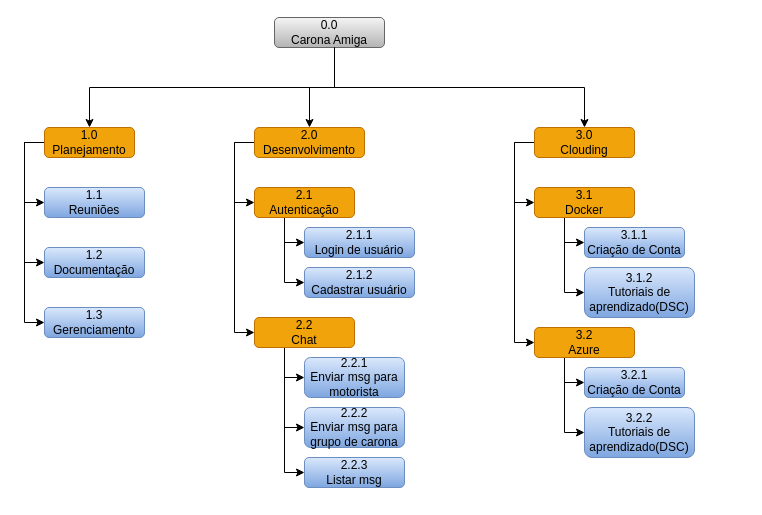
Earlier version of the draw.io diagram docs/Gerencia/EAP_1.0.drawio (Carona-Amiga/caronaamiga). Source tidied: cells renumbered, new cells numbered last; positions are measured from the earlier drawing's top-left corner, leaving out a move shared by most shapes. Both pictures are drawn from the tidied source at 100%, with x=0, y=0 at pixel (24, 17).
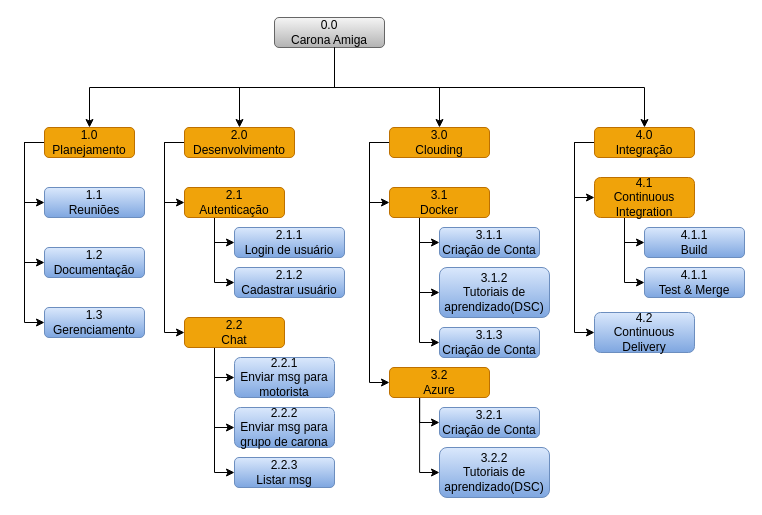
After the change.

The change refers to these unchanged cells:
```xml
<mxCell id="3" value="0.0 &lt;br&gt;Carona Amiga" style="rounded=1;whiteSpace=wrap;html=1;fillColor=#f5f5f5;gradientColor=#b3b3b3;strokeColor=#666666;" parent="1" vertex="1">
  <mxGeometry x="250" width="110" height="30" as="geometry" />
</mxCell>
```

Change to the diagram source:
```diff
@@
     <mxCell id="2" style="edgeStyle=orthogonalEdgeStyle;rounded=0;jettySize=auto;html=1;entryX=0.5;entryY=0;entryDx=0;entryDy=0;" parent="1" edge="1" source="3" target="15">
       <mxGeometry relative="1" as="geometry">
         <Array as="points">
           <mxPoint x="310" y="70" />
-          <mxPoint x="560" y="70" />
+          <mxPoint x="415" y="70" />
         </Array>
       </mxGeometry>
     </mxCell>
+    <mxCell id="41" style="edgeStyle=orthogonalEdgeStyle;rounded=0;jettySize=auto;html=1;" parent="1" edge="1" source="3" target="46">
+      <mxGeometry relative="1" as="geometry">
+        <Array as="points">
+          <mxPoint x="310" y="70" />
+          <mxPoint x="620" y="70" />
+        </Array>
+      </mxGeometry>
+    </mxCell>
@@
     <mxCell id="5" style="edgeStyle=orthogonalEdgeStyle;rounded=0;jettySize=auto;html=1;entryX=0.5;entryY=0;entryDx=0;entryDy=0;" parent="1" edge="1" target="12">
       <mxGeometry relative="1" as="geometry">
         <mxPoint x="310" y="30" as="sourcePoint" />
         <Array as="points">
           <mxPoint x="310" y="70" />
-          <mxPoint x="285" y="70" />
+          <mxPoint x="215" y="70" />
         </Array>
       </mxGeometry>
     </mxCell>
@@
     <mxCell id="10" style="edgeStyle=orthogonalEdgeStyle;rounded=0;jettySize=auto;html=1;entryX=0;entryY=0.5;entryDx=0;entryDy=0;" parent="1" edge="1" source="12" target="21">
       <mxGeometry relative="1" as="geometry">
         <Array as="points">
-          <mxPoint x="210" y="125" />
-          <mxPoint x="210" y="185" />
+          <mxPoint x="140" y="125" />
+          <mxPoint x="140" y="185" />
         </Array>
       </mxGeometry>
     </mxCell>
     <mxCell id="11" style="edgeStyle=orthogonalEdgeStyle;rounded=0;jettySize=auto;html=1;entryX=0;entryY=0.5;entryDx=0;entryDy=0;" parent="1" edge="1" source="12" target="25">
       <mxGeometry relative="1" as="geometry">
         <Array as="points">
-          <mxPoint x="210" y="125" />
-          <mxPoint x="210" y="315" />
+          <mxPoint x="140" y="125" />
+          <mxPoint x="140" y="315" />
         </Array>
       </mxGeometry>
     </mxCell>
     <mxCell id="12" value="2.0 Desenvolvimento" style="rounded=1;whiteSpace=wrap;html=1;fillColor=#f0a30a;fontColor=#000000;strokeColor=#BD7000;" parent="1" vertex="1">
-      <mxGeometry x="230" y="110" width="110" height="30" as="geometry" />
+      <mxGeometry x="160" y="110" width="110" height="30" as="geometry" />
     </mxCell>
     <mxCell id="13" style="edgeStyle=orthogonalEdgeStyle;rounded=0;jettySize=auto;html=1;entryX=0;entryY=0.5;entryDx=0;entryDy=0;" parent="1" edge="1" source="15" target="28">
       <mxGeometry relative="1" as="geometry">
         <Array as="points">
-          <mxPoint x="490" y="125" />
-          <mxPoint x="490" y="185" />
+          <mxPoint x="345" y="125" />
+          <mxPoint x="345" y="185" />
         </Array>
       </mxGeometry>
     </mxCell>
     <mxCell id="14" style="edgeStyle=orthogonalEdgeStyle;rounded=0;jettySize=auto;html=1;entryX=0;entryY=0.5;entryDx=0;entryDy=0;" parent="1" edge="1" source="15" target="31">
       <mxGeometry relative="1" as="geometry">
         <Array as="points">
-          <mxPoint x="490" y="125" />
-          <mxPoint x="490" y="325" />
+          <mxPoint x="345" y="125" />
+          <mxPoint x="345" y="365" />
         </Array>
       </mxGeometry>
     </mxCell>
     <mxCell id="15" value="3.0&lt;br&gt;Clouding" style="rounded=1;whiteSpace=wrap;html=1;fillColor=#f0a30a;fontColor=#000000;strokeColor=#BD7000;" parent="1" vertex="1">
-      <mxGeometry x="510" y="110" width="100" height="30" as="geometry" />
+      <mxGeometry x="365" y="110" width="100" height="30" as="geometry" />
     </mxCell>
@@
     <mxCell id="19" style="edgeStyle=orthogonalEdgeStyle;rounded=0;jettySize=auto;html=1;entryX=0;entryY=0.5;entryDx=0;entryDy=0;" parent="1" edge="1" source="21" target="32">
       <mxGeometry relative="1" as="geometry">
         <Array as="points">
-          <mxPoint x="260" y="225" />
+          <mxPoint x="190" y="225" />
         </Array>
       </mxGeometry>
     </mxCell>
     <mxCell id="20" style="edgeStyle=orthogonalEdgeStyle;rounded=0;jettySize=auto;html=1;entryX=0;entryY=0.5;entryDx=0;entryDy=0;" parent="1" edge="1" source="21" target="33">
       <mxGeometry relative="1" as="geometry">
         <Array as="points">
-          <mxPoint x="260" y="265" />
+          <mxPoint x="190" y="265" />
         </Array>
       </mxGeometry>
     </mxCell>
     <mxCell id="21" value="2.1 &lt;br&gt;Autenticação" style="rounded=1;whiteSpace=wrap;html=1;fillColor=#f0a30a;strokeColor=#BD7000;fontColor=#000000;" parent="1" vertex="1">
-      <mxGeometry x="230" y="170" width="100" height="30" as="geometry" />
+      <mxGeometry x="160" y="170" width="100" height="30" as="geometry" />
     </mxCell>
     <mxCell id="22" style="edgeStyle=orthogonalEdgeStyle;rounded=0;jettySize=auto;html=1;entryX=0;entryY=0.5;entryDx=0;entryDy=0;" parent="1" edge="1" source="25" target="35">
       <mxGeometry relative="1" as="geometry">
         <Array as="points">
-          <mxPoint x="260" y="360" />
+          <mxPoint x="190" y="360" />
         </Array>
       </mxGeometry>
     </mxCell>
     <mxCell id="23" style="edgeStyle=orthogonalEdgeStyle;rounded=0;jettySize=auto;html=1;entryX=0;entryY=0.5;entryDx=0;entryDy=0;" parent="1" edge="1" source="25" target="34">
       <mxGeometry relative="1" as="geometry">
         <Array as="points">
-          <mxPoint x="260" y="410" />
+          <mxPoint x="190" y="410" />
         </Array>
       </mxGeometry>
     </mxCell>
     <mxCell id="24" style="edgeStyle=orthogonalEdgeStyle;rounded=0;jettySize=auto;html=1;entryX=0;entryY=0.5;entryDx=0;entryDy=0;" parent="1" edge="1" source="25" target="36">
       <mxGeometry relative="1" as="geometry">
         <Array as="points">
-          <mxPoint x="260" y="455" />
+          <mxPoint x="190" y="455" />
         </Array>
       </mxGeometry>
     </mxCell>
     <mxCell id="25" value="2.2 &lt;br&gt;Chat" style="rounded=1;whiteSpace=wrap;html=1;fillColor=#f0a30a;strokeColor=#BD7000;fontColor=#000000;" parent="1" vertex="1">
-      <mxGeometry x="230" y="300" width="100" height="30" as="geometry" />
+      <mxGeometry x="160" y="300" width="100" height="30" as="geometry" />
     </mxCell>
     <mxCell id="26" style="edgeStyle=orthogonalEdgeStyle;rounded=0;jettySize=auto;html=1;entryX=0;entryY=0.5;entryDx=0;entryDy=0;" parent="1" edge="1" source="28" target="37">
       <mxGeometry relative="1" as="geometry">
         <Array as="points">
-          <mxPoint x="540" y="225" />
+          <mxPoint x="395" y="225" />
         </Array>
       </mxGeometry>
     </mxCell>
     <mxCell id="27" style="edgeStyle=orthogonalEdgeStyle;rounded=0;jettySize=auto;html=1;entryX=0;entryY=0.5;entryDx=0;entryDy=0;" parent="1" edge="1" source="28" target="38">
       <mxGeometry relative="1" as="geometry">
         <Array as="points">
-          <mxPoint x="540" y="275" />
+          <mxPoint x="395" y="275" />
         </Array>
       </mxGeometry>
     </mxCell>
+    <mxCell id="42" style="edgeStyle=orthogonalEdgeStyle;rounded=0;jettySize=auto;html=1;entryX=0;entryY=0.5;entryDx=0;entryDy=0;" parent="1" edge="1" source="28" target="43">
+      <mxGeometry relative="1" as="geometry">
+        <Array as="points">
+          <mxPoint x="395" y="325" />
+        </Array>
+      </mxGeometry>
+    </mxCell>
     <mxCell id="28" value="3.1 &lt;br&gt;Docker" style="rounded=1;whiteSpace=wrap;html=1;fillColor=#f0a30a;strokeColor=#BD7000;fontColor=#000000;" parent="1" vertex="1">
-      <mxGeometry x="510" y="170" width="100" height="30" as="geometry" />
+      <mxGeometry x="365" y="170" width="100" height="30" as="geometry" />
     </mxCell>
-    <mxCell id="29" style="edgeStyle=orthogonalEdgeStyle;rounded=0;jettySize=auto;html=1;entryX=0;entryY=0.5;entryDx=0;entryDy=0;" parent="1" edge="1" source="31" target="39">
+    <mxCell id="29" style="edgeStyle=orthogonalEdgeStyle;rounded=0;jettySize=auto;html=1;entryX=0;entryY=0.5;entryDx=0;entryDy=0;" parent="1" edge="1" target="39">
       <mxGeometry relative="1" as="geometry">
+        <mxPoint x="395.1" y="380" as="sourcePoint" />
         <Array as="points">
-          <mxPoint x="540" y="365" />
+          <mxPoint x="395" y="405" />
         </Array>
       </mxGeometry>
     </mxCell>
-    <mxCell id="30" style="edgeStyle=orthogonalEdgeStyle;rounded=0;jettySize=auto;html=1;entryX=0;entryY=0.5;entryDx=0;entryDy=0;" parent="1" edge="1" source="31" target="40">
+    <mxCell id="30" style="edgeStyle=orthogonalEdgeStyle;rounded=0;orthogonalLoop=1;jettySize=auto;html=1;entryX=0;entryY=0.5;entryDx=0;entryDy=0;" parent="1" edge="1">
       <mxGeometry relative="1" as="geometry">
+        <mxPoint x="395.1" y="380" as="sourcePoint" />
+        <mxPoint x="415" y="455" as="targetPoint" />
         <Array as="points">
-          <mxPoint x="540" y="415" />
+          <mxPoint x="395" y="455" />
         </Array>
       </mxGeometry>
     </mxCell>
     <mxCell id="31" value="3.2 &lt;br&gt;Azure" style="rounded=1;whiteSpace=wrap;html=1;fillColor=#f0a30a;strokeColor=#BD7000;fontColor=#000000;" parent="1" vertex="1">
-      <mxGeometry x="510" y="310" width="100" height="30" as="geometry" />
+      <mxGeometry x="365" y="350" width="100" height="30" as="geometry" />
     </mxCell>
     <mxCell id="32" value="2.1.1&lt;br&gt;Login de usuário" style="rounded=1;whiteSpace=wrap;html=1;fillColor=#dae8fc;gradientColor=#7ea6e0;strokeColor=#6c8ebf;" parent="1" vertex="1">
-      <mxGeometry x="280" y="210" width="110" height="30" as="geometry" />
+      <mxGeometry x="210" y="210" width="110" height="30" as="geometry" />
     </mxCell>
     <mxCell id="33" value="2.1.2&lt;br&gt;Cadastrar usuário" style="rounded=1;whiteSpace=wrap;html=1;fillColor=#dae8fc;gradientColor=#7ea6e0;strokeColor=#6c8ebf;" parent="1" vertex="1">
-      <mxGeometry x="280" y="250" width="110" height="30" as="geometry" />
+      <mxGeometry x="210" y="250" width="110" height="30" as="geometry" />
     </mxCell>
     <mxCell id="34" value="2.2.2&lt;br&gt;Enviar msg para grupo de carona" style="rounded=1;whiteSpace=wrap;html=1;fillColor=#dae8fc;gradientColor=#7ea6e0;strokeColor=#6c8ebf;" parent="1" vertex="1">
-      <mxGeometry x="280" y="390" width="100" height="40" as="geometry" />
+      <mxGeometry x="210" y="390" width="100" height="40" as="geometry" />
     </mxCell>
     <mxCell id="35" value="2.2.1&lt;br&gt;Enviar msg para motorista" style="rounded=1;whiteSpace=wrap;html=1;fillColor=#dae8fc;gradientColor=#7ea6e0;strokeColor=#6c8ebf;" parent="1" vertex="1">
-      <mxGeometry x="280" y="340" width="100" height="40" as="geometry" />
+      <mxGeometry x="210" y="340" width="100" height="40" as="geometry" />
     </mxCell>
     <mxCell id="36" value="2.2.3&lt;br&gt;Listar msg" style="rounded=1;whiteSpace=wrap;html=1;fillColor=#dae8fc;gradientColor=#7ea6e0;strokeColor=#6c8ebf;" parent="1" vertex="1">
-      <mxGeometry x="280" y="440" width="100" height="30" as="geometry" />
+      <mxGeometry x="210" y="440" width="100" height="30" as="geometry" />
     </mxCell>
     <mxCell id="37" value="3.1.1&lt;br&gt;Criação de Conta" style="rounded=1;whiteSpace=wrap;html=1;fillColor=#dae8fc;gradientColor=#7ea6e0;strokeColor=#6c8ebf;" parent="1" vertex="1">
-      <mxGeometry x="560" y="210" width="100" height="30" as="geometry" />
+      <mxGeometry x="415" y="210" width="100" height="30" as="geometry" />
     </mxCell>
     <mxCell id="38" value="3.1.2&lt;br&gt;Tutoriais de aprendizado(DSC)" style="rounded=1;whiteSpace=wrap;html=1;fillColor=#dae8fc;gradientColor=#7ea6e0;strokeColor=#6c8ebf;" parent="1" vertex="1">
-      <mxGeometry x="560" y="250" width="110" height="50" as="geometry" />
+      <mxGeometry x="415" y="250" width="110" height="50" as="geometry" />
     </mxCell>
     <mxCell id="39" value="3.2.1&lt;br&gt;Criação de Conta" style="rounded=1;whiteSpace=wrap;html=1;fillColor=#dae8fc;gradientColor=#7ea6e0;strokeColor=#6c8ebf;" parent="1" vertex="1">
-      <mxGeometry x="560" y="350" width="100" height="30" as="geometry" />
+      <mxGeometry x="415" y="390" width="100" height="30" as="geometry" />
     </mxCell>
     <mxCell id="40" value="3.2.2&lt;br&gt;Tutoriais de aprendizado(DSC)" style="rounded=1;whiteSpace=wrap;html=1;fillColor=#dae8fc;gradientColor=#7ea6e0;strokeColor=#6c8ebf;" parent="1" vertex="1">
-      <mxGeometry x="560" y="390" width="110" height="50" as="geometry" />
+      <mxGeometry x="415" y="430" width="110" height="50" as="geometry" />
     </mxCell>
+    <mxCell id="43" value="3.1.3&lt;br&gt;Criação de Conta" style="rounded=1;whiteSpace=wrap;html=1;fillColor=#dae8fc;gradientColor=#7ea6e0;strokeColor=#6c8ebf;" parent="1" vertex="1">
+      <mxGeometry x="415" y="310" width="100" height="30" as="geometry" />
+    </mxCell>
+    <mxCell id="44" style="edgeStyle=orthogonalEdgeStyle;rounded=0;jettySize=auto;html=1;entryX=0;entryY=0.5;entryDx=0;entryDy=0;" parent="1" edge="1" source="46" target="49">
+      <mxGeometry relative="1" as="geometry">
+        <Array as="points">
+          <mxPoint x="550" y="125" />
+          <mxPoint x="550" y="180" />
+        </Array>
+      </mxGeometry>
+    </mxCell>
+    <mxCell id="45" style="edgeStyle=orthogonalEdgeStyle;rounded=0;jettySize=auto;html=1;entryX=0;entryY=0.5;entryDx=0;entryDy=0;" parent="1" edge="1" source="46" target="50">
+      <mxGeometry relative="1" as="geometry">
+        <Array as="points">
+          <mxPoint x="550" y="125" />
+          <mxPoint x="550" y="315" />
+        </Array>
+      </mxGeometry>
+    </mxCell>
+    <mxCell id="46" value="4.0&lt;br&gt;Integração" style="rounded=1;whiteSpace=wrap;html=1;fillColor=#f0a30a;fontColor=#000000;strokeColor=#BD7000;" parent="1" vertex="1">
+      <mxGeometry x="570" y="110" width="100" height="30" as="geometry" />
+    </mxCell>
+    <mxCell id="47" style="edgeStyle=orthogonalEdgeStyle;rounded=0;jettySize=auto;html=1;entryX=0;entryY=0.5;entryDx=0;entryDy=0;" parent="1" edge="1" source="49" target="51">
+      <mxGeometry relative="1" as="geometry">
+        <Array as="points">
+          <mxPoint x="600" y="225" />
+        </Array>
+      </mxGeometry>
+    </mxCell>
+    <mxCell id="48" style="edgeStyle=orthogonalEdgeStyle;rounded=0;jettySize=auto;html=1;entryX=0;entryY=0.5;entryDx=0;entryDy=0;" parent="1" edge="1" source="49" target="52">
+      <mxGeometry relative="1" as="geometry">
+        <Array as="points">
+          <mxPoint x="600" y="265" />
+        </Array>
+      </mxGeometry>
+    </mxCell>
+    <mxCell id="49" value="4.1&lt;br&gt;Continuous Integration" style="rounded=1;whiteSpace=wrap;html=1;fillColor=#f0a30a;strokeColor=#BD7000;fontColor=#000000;" parent="1" vertex="1">
+      <mxGeometry x="570" y="160" width="100" height="40" as="geometry" />
+    </mxCell>
+    <mxCell id="50" value="4.2&lt;br&gt;Continuous Delivery" style="rounded=1;whiteSpace=wrap;html=1;fillColor=#dae8fc;gradientColor=#7ea6e0;strokeColor=#6c8ebf;" parent="1" vertex="1">
+      <mxGeometry x="570" y="295" width="100" height="40" as="geometry" />
+    </mxCell>
+    <mxCell id="51" value="4.1.1&lt;br&gt;Build" style="rounded=1;whiteSpace=wrap;html=1;fillColor=#dae8fc;gradientColor=#7ea6e0;strokeColor=#6c8ebf;" parent="1" vertex="1">
+      <mxGeometry x="620" y="210" width="100" height="30" as="geometry" />
+    </mxCell>
+    <mxCell id="52" value="4.1.1&lt;br&gt;Test &amp;amp; Merge" style="rounded=1;whiteSpace=wrap;html=1;fillColor=#dae8fc;gradientColor=#7ea6e0;strokeColor=#6c8ebf;" parent="1" vertex="1">
+      <mxGeometry x="620" y="250" width="100" height="30" as="geometry" />
+    </mxCell>
```
